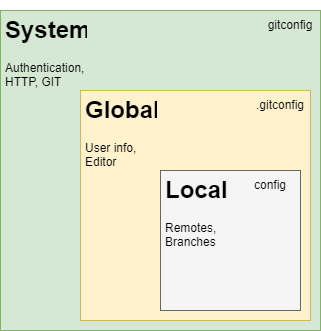
The draw.io diagram Assets/images/git-configuration-model.png in braboj/tutorial-git, before a commit. Source tidied: cells renumbered, new cells last; positions are measured from the earlier drawing's top-left corner, leaving out a move shared by most shapes.
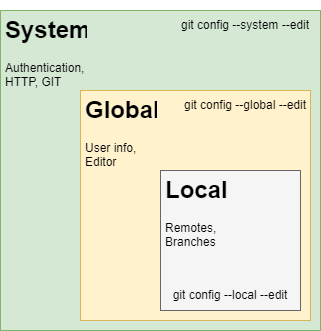
The same diagram one commit later.

Diff of the diagram source:
```diff
@@ -20,14 +20,14 @@
     <mxCell id="7" value="&lt;h1&gt;Local&lt;/h1&gt;&lt;p&gt;Remotes, Branches&lt;/p&gt;&lt;p&gt;&lt;br&gt;&lt;/p&gt;" style="text;html=1;strokeColor=none;fillColor=none;spacing=5;spacingTop=-20;whiteSpace=wrap;overflow=hidden;rounded=0;" parent="1" vertex="1">
       <mxGeometry x="160" y="160" width="90" height="80" as="geometry" />
     </mxCell>
-    <mxCell id="8" value="gitconfig" style="text;html=1;strokeColor=none;fillColor=none;align=center;verticalAlign=middle;whiteSpace=wrap;rounded=0;" parent="1" vertex="1">
-      <mxGeometry x="260" width="60" height="30" as="geometry" />
+    <mxCell id="8" value="git config --system --edit" style="text;html=1;strokeColor=none;fillColor=none;align=center;verticalAlign=middle;whiteSpace=wrap;rounded=0;" parent="1" vertex="1">
+      <mxGeometry x="170" width="150" height="30" as="geometry" />
     </mxCell>
-    <mxCell id="9" value=".gitconfig" style="text;html=1;strokeColor=none;fillColor=none;align=center;verticalAlign=middle;whiteSpace=wrap;rounded=0;" parent="1" vertex="1">
-      <mxGeometry x="250" y="80" width="60" height="30" as="geometry" />
-    </mxCell>
-    <mxCell id="10" value="config" style="text;html=1;strokeColor=none;fillColor=none;align=center;verticalAlign=middle;whiteSpace=wrap;rounded=0;" parent="1" vertex="1">
-      <mxGeometry x="240" y="160" width="60" height="30" as="geometry" />
-    </mxCell>
+    <mxCell id="11" value="git config --global --edit" style="text;html=1;strokeColor=none;fillColor=none;align=center;verticalAlign=middle;whiteSpace=wrap;rounded=0;" parent="1" vertex="1">
+      <mxGeometry x="180" y="80" width="130" height="30" as="geometry" />
+    </mxCell>
+    <mxCell id="12" value="git config --local --edit" style="text;html=1;strokeColor=none;fillColor=none;align=center;verticalAlign=middle;whiteSpace=wrap;rounded=0;" parent="1" vertex="1">
+      <mxGeometry x="160" y="270" width="140" height="30" as="geometry" />
+    </mxCell>
   </root>
 </mxGraphModel>
```
